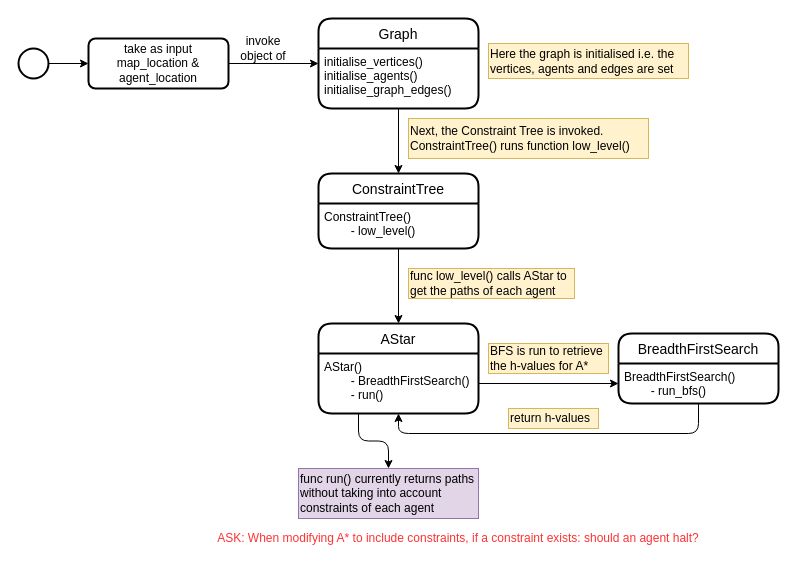
The draw.io diagram Flow Diagram.drawio in hebbaquraishi/MAPF, before the edit. Source tidied: cells renumbered, new cells numbered last; positions are measured from the earlier drawing's top-left corner, leaving out a move shared by most shapes. Both pictures are drawn from the tidied source at 100%, with x=0, y=0 at pixel (18, 18).
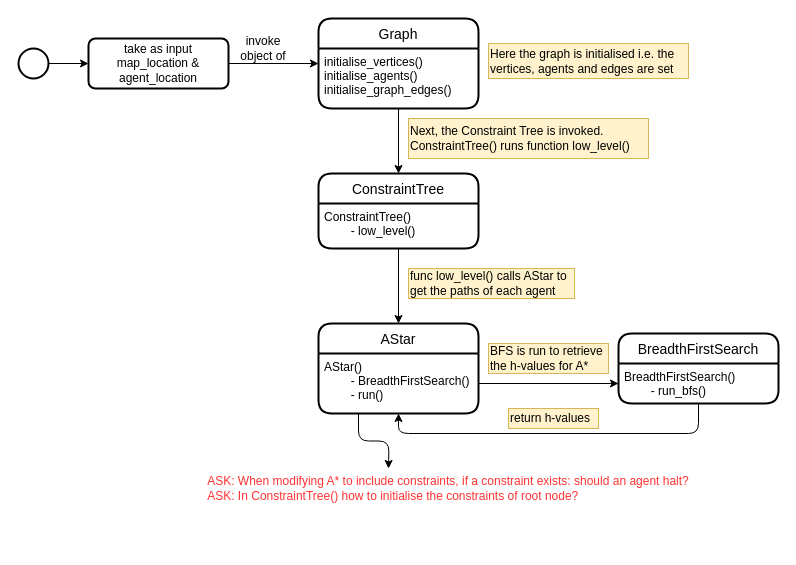
The same diagram, later.

Unchanged cells that the change refers to:
```xml
<mxCell id="15" value="AStar()&#10;        - BreadthFirstSearch()&#10;        - run()" style="align=left;strokeColor=none;fillColor=none;spacingLeft=4;fontSize=12;verticalAlign=top;" parent="14" vertex="1">
  <mxGeometry y="30" width="160" height="60" as="geometry" />
</mxCell>
```

Change to the diagram source:
```diff
@@
-    <mxCell id="24" value="func run() currently returns paths without taking into account constraints of each agent" style="rounded=0;whiteSpace=wrap;html=1;sketch=0;align=left;verticalAlign=middle;fillColor=#e1d5e7;strokeColor=#9673a6;" parent="1" vertex="1">
-      <mxGeometry x="280" y="450" width="180" height="50" as="geometry" />
-    </mxCell>
-    <mxCell id="25" style="edgeStyle=orthogonalEdgeStyle;curved=0;rounded=1;sketch=0;jettySize=auto;html=1;entryX=0.5;entryY=0;entryDx=0;entryDy=0;exitX=0.25;exitY=1;exitDx=0;exitDy=0;" parent="1" edge="1" source="15" target="24">
-      <mxGeometry relative="1" as="geometry" />
+    <mxCell id="25" style="edgeStyle=orthogonalEdgeStyle;curved=0;rounded=1;sketch=0;jettySize=auto;html=1;entryX=0.5;entryY=0;entryDx=0;entryDy=0;exitX=0.25;exitY=1;exitDx=0;exitDy=0;" parent="1" edge="1" source="15">
+      <mxGeometry relative="1" as="geometry">
+        <mxPoint x="370" y="450" as="targetPoint" />
+      </mxGeometry>
     </mxCell>
-    <mxCell id="26" value="&lt;font color=&quot;#ff3333&quot;&gt;ASK: When modifying A* to include constraints, if a constraint exists: should an agent halt?&lt;/font&gt;" style="text;html=1;strokeColor=none;fillColor=none;align=center;verticalAlign=middle;whiteSpace=wrap;rounded=0;sketch=0;" parent="1" vertex="1">
-      <mxGeometry x="180" y="510" width="520" height="20" as="geometry" />
+    <mxCell id="26" value="&lt;font color=&quot;#ff3333&quot;&gt;ASK: When modifying A* to include constraints, if a constraint exists: should an agent halt?&lt;br&gt;&lt;div style=&quot;text-align: left&quot;&gt;&lt;span&gt;ASK: In ConstraintTree() how to initialise the constraints of root node?&lt;/span&gt;&lt;/div&gt;&lt;/font&gt;" style="text;html=1;strokeColor=none;fillColor=none;align=center;verticalAlign=middle;whiteSpace=wrap;rounded=0;sketch=0;" parent="1" vertex="1">
+      <mxGeometry x="170" y="450" width="520" height="40" as="geometry" />
     </mxCell>
```
